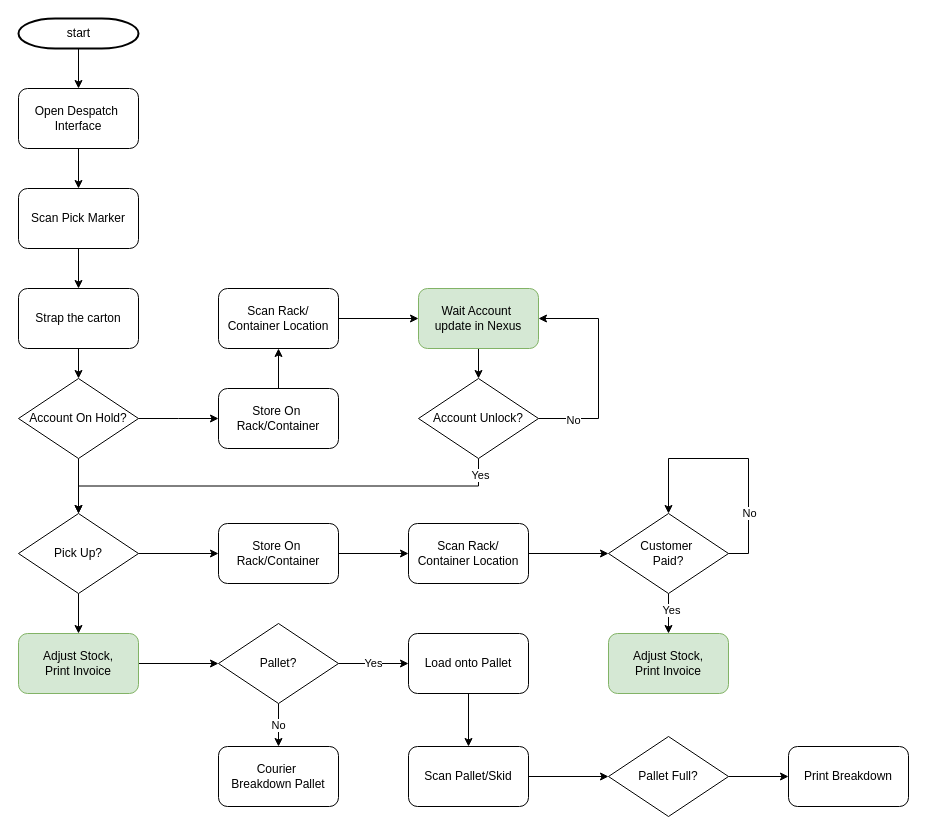
Earlier version of the draw.io diagram DespatchProcess.drawio (ZTomChen/NavigatorFlowcharts). Source tidied: cells renumbered, new cells numbered last; positions are measured from the earlier drawing's top-left corner, leaving out a move shared by most shapes. Both pictures are drawn from the tidied source at 100%, with x=0, y=0 at pixel (18, 18).
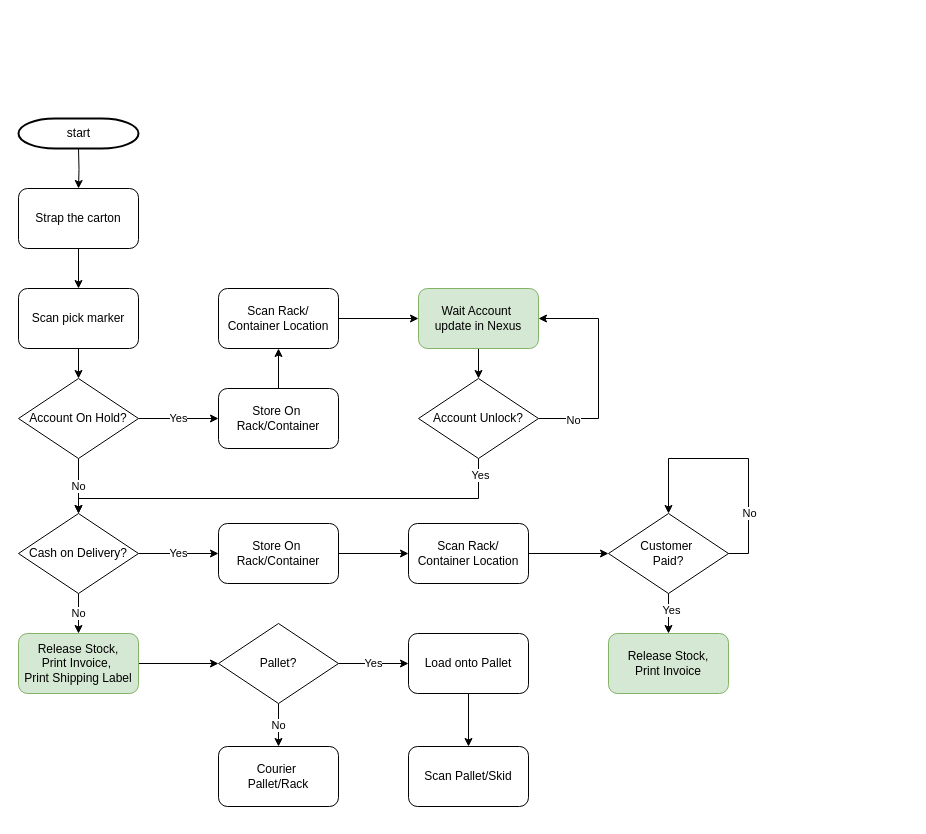
The same page after the edit.

The change refers to these unchanged cells:
```xml
<mxCell id="12" value="Account On Hold?" style="rhombus;whiteSpace=wrap;html=1;" parent="1" vertex="1">
  <mxGeometry y="360" width="120" height="80" as="geometry" />
</mxCell>
<mxCell id="24" value="Account Unlock?" style="rhombus;whiteSpace=wrap;html=1;" parent="1" vertex="1">
  <mxGeometry x="400" y="360" width="120" height="80" as="geometry" />
</mxCell>
<mxCell id="30" value="&lt;span style=&quot;text-wrap-mode: nowrap;&quot;&gt;Store On&amp;nbsp;&lt;/span&gt;&lt;div&gt;&lt;span style=&quot;text-wrap-mode: nowrap;&quot;&gt;Rack/Container&lt;/span&gt;&lt;/div&gt;" style="rounded=1;whiteSpace=wrap;html=1;" parent="1" vertex="1">
  <mxGeometry x="200" y="505" width="120" height="60" as="geometry" />
</mxCell>
<mxCell id="47" value="&lt;span style=&quot;text-wrap-mode: nowrap;&quot;&gt;Scan Pallet/Skid&lt;br&gt;&lt;/span&gt;" style="rounded=1;whiteSpace=wrap;html=1;" parent="1" vertex="1">
  <mxGeometry x="390" y="728" width="120" height="60" as="geometry" />
</mxCell>
```

Diff of the diagram source:
```diff
@@
-    <mxCell id="2" style="edgeStyle=orthogonalEdgeStyle;rounded=0;jettySize=auto;html=1;" parent="1" edge="1" source="3" target="5">
-      <mxGeometry relative="1" as="geometry" />
-    </mxCell>
     <mxCell id="3" value="start" style="shape=mxgraph.flowchart.terminator;strokeWidth=2;gradientColor=none;gradientDirection=north;fontStyle=0;html=1;" parent="1" vertex="1">
-      <mxGeometry width="120" height="30" as="geometry" />
+      <mxGeometry y="100" width="120" height="30" as="geometry" />
     </mxCell>
-    <mxCell id="4" style="edgeStyle=orthogonalEdgeStyle;rounded=0;jettySize=auto;html=1;" parent="1" edge="1" source="5" target="7">
-      <mxGeometry relative="1" as="geometry" />
+    <mxCell id="4" style="edgeStyle=orthogonalEdgeStyle;rounded=0;jettySize=auto;html=1;" parent="1" edge="1" target="7">
+      <mxGeometry relative="1" as="geometry">
+        <mxPoint x="60" y="130" as="sourcePoint" />
+      </mxGeometry>
     </mxCell>
-    <mxCell id="5" value="&lt;span style=&quot;text-wrap-mode: nowrap;&quot;&gt;Open Despatch&amp;nbsp;&lt;/span&gt;&lt;div&gt;&lt;span style=&quot;text-wrap-mode: nowrap;&quot;&gt;Interface&lt;/span&gt;&lt;/div&gt;" style="rounded=1;whiteSpace=wrap;html=1;" parent="1" vertex="1">
-      <mxGeometry y="70" width="120" height="60" as="geometry" />
-    </mxCell>
@@
-    <mxCell id="7" value="&lt;span style=&quot;text-wrap-mode: nowrap;&quot;&gt;Scan Pick Marker&lt;/span&gt;" style="rounded=1;whiteSpace=wrap;html=1;" parent="1" vertex="1">
+    <mxCell id="7" value="&lt;span style=&quot;text-wrap-mode: nowrap;&quot;&gt;Strap the carton&lt;/span&gt;" style="rounded=1;whiteSpace=wrap;html=1;" parent="1" vertex="1">
       <mxGeometry y="170" width="120" height="60" as="geometry" />
     </mxCell>
@@
-    <mxCell id="9" value="&lt;span style=&quot;text-wrap-mode: nowrap;&quot;&gt;Strap the carton&lt;/span&gt;" style="rounded=1;whiteSpace=wrap;html=1;" parent="1" vertex="1">
+    <mxCell id="9" value="Scan pick marker" style="rounded=1;whiteSpace=wrap;html=1;" parent="1" vertex="1">
       <mxGeometry y="270" width="120" height="60" as="geometry" />
     </mxCell>
-    <mxCell id="10" style="edgeStyle=orthogonalEdgeStyle;rounded=0;jettySize=auto;html=1;" parent="1" edge="1" source="12">
+    <mxCell id="10" value="Yes" style="edgeStyle=orthogonalEdgeStyle;rounded=0;jettySize=auto;html=1;" parent="1" edge="1" source="12">
       <mxGeometry relative="1" as="geometry">
         <mxPoint x="200" y="400" as="targetPoint" />
       </mxGeometry>
     </mxCell>
-    <mxCell id="11" style="edgeStyle=orthogonalEdgeStyle;rounded=0;jettySize=auto;html=1;" parent="1" edge="1" source="12" target="15">
+    <mxCell id="11" value="No" style="edgeStyle=orthogonalEdgeStyle;rounded=0;jettySize=auto;html=1;" parent="1" edge="1" source="12" target="15">
       <mxGeometry relative="1" as="geometry" />
     </mxCell>
@@
-    <mxCell id="13" style="edgeStyle=orthogonalEdgeStyle;rounded=0;jettySize=auto;html=1;" parent="1" edge="1" source="15" target="17">
+    <mxCell id="13" value="No" style="edgeStyle=orthogonalEdgeStyle;rounded=0;jettySize=auto;html=1;" parent="1" edge="1" source="15" target="17">
       <mxGeometry relative="1" as="geometry" />
     </mxCell>
-    <mxCell id="14" style="edgeStyle=orthogonalEdgeStyle;rounded=0;jettySize=auto;html=1;" parent="1" edge="1" source="15" target="30">
+    <mxCell id="14" value="Yes" style="edgeStyle=orthogonalEdgeStyle;rounded=0;jettySize=auto;html=1;" parent="1" edge="1" source="15" target="30">
       <mxGeometry relative="1" as="geometry" />
     </mxCell>
-    <mxCell id="15" value="Pick Up?" style="rhombus;whiteSpace=wrap;html=1;" parent="1" vertex="1">
+    <mxCell id="15" value="Cash on Delivery?" style="rhombus;whiteSpace=wrap;html=1;" parent="1" vertex="1">
       <mxGeometry y="495" width="120" height="80" as="geometry" />
     </mxCell>
@@
-    <mxCell id="17" value="&lt;div&gt;&lt;span style=&quot;text-wrap-mode: nowrap;&quot;&gt;Adjust Stock,&lt;/span&gt;&lt;/div&gt;&lt;span style=&quot;text-wrap-mode: nowrap;&quot;&gt;Print Invoice&lt;/span&gt;" style="rounded=1;whiteSpace=wrap;html=1;fillColor=#d5e8d4;strokeColor=#82b366;" parent="1" vertex="1">
+    <mxCell id="17" value="&lt;div&gt;&lt;span style=&quot;text-wrap-mode: nowrap;&quot;&gt;Release Stock,&lt;/span&gt;&lt;/div&gt;&lt;span style=&quot;text-wrap-mode: nowrap;&quot;&gt;Print Invoice,&amp;nbsp;&lt;/span&gt;&lt;div&gt;&lt;span style=&quot;text-wrap-mode: nowrap;&quot;&gt;Print Shipping Label&lt;/span&gt;&lt;/div&gt;" style="rounded=1;whiteSpace=wrap;html=1;fillColor=#d5e8d4;strokeColor=#82b366;" parent="1" vertex="1">
       <mxGeometry y="615" width="120" height="60" as="geometry" />
     </mxCell>
@@
     <mxCell id="20" style="edgeStyle=orthogonalEdgeStyle;rounded=0;jettySize=auto;html=1;exitX=0.5;exitY=1;exitDx=0;exitDy=0;entryX=0.5;entryY=0;entryDx=0;entryDy=0;" parent="1" edge="1" source="24" target="15">
-      <mxGeometry relative="1" as="geometry" />
+      <mxGeometry relative="1" as="geometry">
+        <Array as="points">
+          <mxPoint x="460" y="480" />
+          <mxPoint x="60" y="480" />
+        </Array>
+      </mxGeometry>
     </mxCell>
@@
-    <mxCell id="33" value="&lt;div&gt;&lt;span style=&quot;text-wrap-mode: nowrap;&quot;&gt;Adjust Stock,&lt;/span&gt;&lt;/div&gt;&lt;span style=&quot;text-wrap-mode: nowrap;&quot;&gt;Print Invoice&lt;/span&gt;" style="rounded=1;whiteSpace=wrap;html=1;fillColor=#d5e8d4;strokeColor=#82b366;" parent="1" vertex="1">
+    <mxCell id="33" value="&lt;div&gt;&lt;span style=&quot;text-wrap-mode: nowrap;&quot;&gt;Release Stock,&lt;/span&gt;&lt;/div&gt;&lt;span style=&quot;text-wrap-mode: nowrap;&quot;&gt;Print Invoice&lt;/span&gt;" style="rounded=1;whiteSpace=wrap;html=1;fillColor=#d5e8d4;strokeColor=#82b366;" parent="1" vertex="1">
       <mxGeometry x="590" y="615" width="120" height="60" as="geometry" />
     </mxCell>
@@
-    <mxCell id="42" value="&lt;span style=&quot;text-wrap-mode: nowrap;&quot;&gt;Courier&amp;nbsp;&lt;/span&gt;&lt;div&gt;&lt;span style=&quot;text-wrap-mode: nowrap;&quot;&gt;Breakdown Pallet&lt;/span&gt;&lt;/div&gt;" style="rounded=1;whiteSpace=wrap;html=1;" parent="1" vertex="1">
+    <mxCell id="42" value="&lt;span style=&quot;text-wrap-mode: nowrap;&quot;&gt;Courier&amp;nbsp;&lt;/span&gt;&lt;div&gt;&lt;span style=&quot;text-wrap-mode: nowrap;&quot;&gt;Pallet/Rack&lt;/span&gt;&lt;/div&gt;" style="rounded=1;whiteSpace=wrap;html=1;" parent="1" vertex="1">
       <mxGeometry x="200" y="728" width="120" height="60" as="geometry" />
     </mxCell>
-    <mxCell id="43" value="&lt;span style=&quot;text-wrap-mode: nowrap;&quot;&gt;Print Breakdown&lt;/span&gt;" style="rounded=1;whiteSpace=wrap;html=1;" parent="1" vertex="1">
-      <mxGeometry x="770" y="728" width="120" height="60" as="geometry" />
-    </mxCell>
@@
-    <mxCell id="46" style="edgeStyle=orthogonalEdgeStyle;rounded=0;jettySize=auto;html=1;" parent="1" edge="1" source="47" target="49">
-      <mxGeometry relative="1" as="geometry" />
-    </mxCell>
@@
-    <mxCell id="48" style="edgeStyle=orthogonalEdgeStyle;rounded=0;jettySize=auto;html=1;" parent="1" edge="1" source="49" target="43">
-      <mxGeometry relative="1" as="geometry" />
-    </mxCell>
-    <mxCell id="49" value="Pallet Full?" style="rhombus;whiteSpace=wrap;html=1;" parent="1" vertex="1">
-      <mxGeometry x="590" y="718" width="120" height="80" as="geometry" />
-    </mxCell>
```
